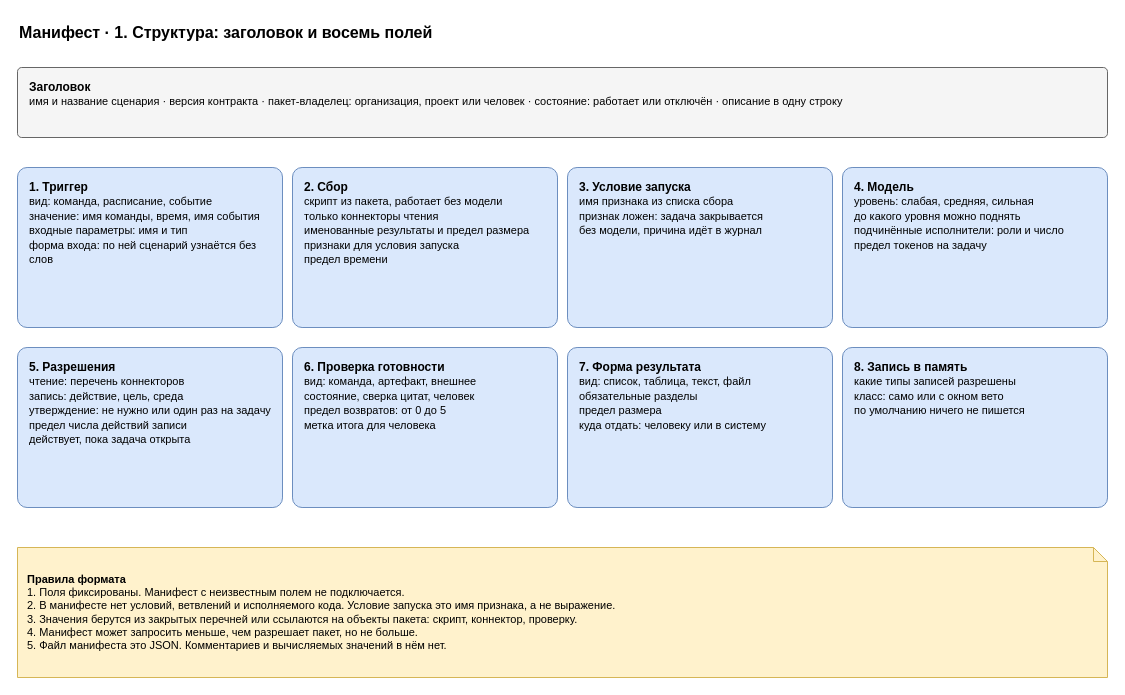
This is page "1. Структура" (1 of 7) of docs/spec/harness-manifest.drawio from roygkov/reins, a draw.io file, before an edit. Source tidied: cells renumbered, new cells numbered last; positions are measured from the earlier drawing's top-left corner, leaving out a move shared by most shapes. Both pictures are drawn from the tidied source at 100%, with x=0, y=0 at pixel (17, 17).
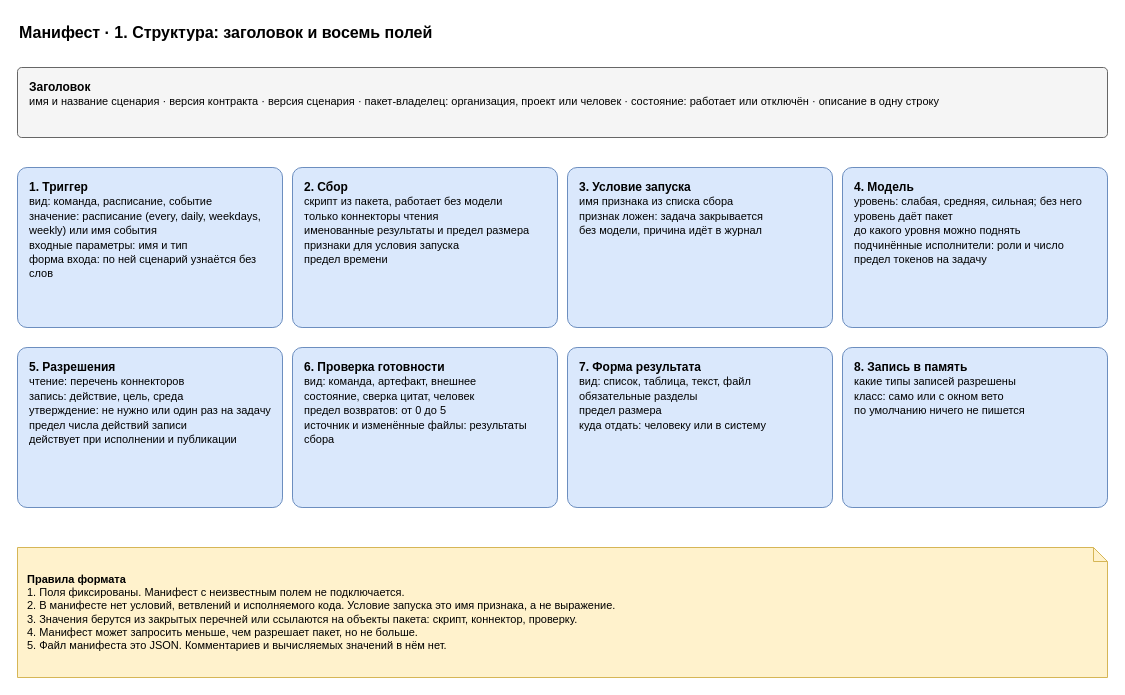
The same page after the edit.

Change to the diagram source:
```diff
@@
 <mxGraphModel>
   <root>
     <mxCell id="0" />
     <mxCell id="1" parent="0" />
     <mxCell id="2" value="Манифест · 1. Структура: заголовок и восемь полей" style="text;html=1;align=left;verticalAlign=middle;whiteSpace=wrap;fontSize=16;strokeColor=none;fillColor=none;fontStyle=1;" parent="1" vertex="1">
       <mxGeometry width="900" height="30" as="geometry" />
     </mxCell>
-    <mxCell id="3" value="&lt;b&gt;Заголовок&lt;/b&gt;&lt;br&gt;&lt;font style=&quot;font-size:11px&quot;&gt;имя и название сценария · версия контракта · пакет-владелец: организация, проект или человек · состояние: работает или отключён · описание в одну строку&lt;/font&gt;" style="rounded=1;whiteSpace=wrap;html=1;fillColor=#f5f5f5;strokeColor=#666666;arcSize=6;align=left;verticalAlign=top;spacingLeft=10;spacingTop=6;spacingRight=6;" parent="1" vertex="1">
+    <mxCell id="3" value="&lt;b&gt;Заголовок&lt;/b&gt;&lt;br&gt;&lt;font style=&quot;font-size:11px&quot;&gt;имя и название сценария · версия контракта · версия сценария · пакет-владелец: организация, проект или человек · состояние: работает или отключён · описание в одну строку&lt;/font&gt;" style="rounded=1;whiteSpace=wrap;html=1;fillColor=#f5f5f5;strokeColor=#666666;arcSize=6;align=left;verticalAlign=top;spacingLeft=10;spacingTop=6;spacingRight=6;" parent="1" vertex="1">
       <mxGeometry y="50" width="1090" height="70" as="geometry" />
     </mxCell>
-    <mxCell id="4" value="&lt;b&gt;1. Триггер&lt;/b&gt;&lt;br&gt;&lt;font style=&quot;font-size:11px&quot;&gt;вид: команда, расписание, событие&lt;br&gt;значение: имя команды, время, имя события&lt;br&gt;входные параметры: имя и тип&lt;br&gt;форма входа: по ней сценарий узнаётся без слов&lt;/font&gt;" style="rounded=1;whiteSpace=wrap;html=1;fillColor=#dae8fc;strokeColor=#6c8ebf;arcSize=6;align=left;verticalAlign=top;spacingLeft=10;spacingTop=6;spacingRight=6;" parent="1" vertex="1">
+    <mxCell id="4" value="&lt;b&gt;1. Триггер&lt;/b&gt;&lt;br&gt;&lt;font style=&quot;font-size:11px&quot;&gt;вид: команда, расписание, событие&lt;br&gt;значение: расписание (every, daily, weekdays, weekly) или имя события&lt;br&gt;входные параметры: имя и тип&lt;br&gt;форма входа: по ней сценарий узнаётся без слов&lt;/font&gt;" style="rounded=1;whiteSpace=wrap;html=1;fillColor=#dae8fc;strokeColor=#6c8ebf;arcSize=6;align=left;verticalAlign=top;spacingLeft=10;spacingTop=6;spacingRight=6;" parent="1" vertex="1">
       <mxGeometry y="150" width="265" height="160" as="geometry" />
     </mxCell>
     <mxCell id="5" value="&lt;b&gt;2. Сбор&lt;/b&gt;&lt;br&gt;&lt;font style=&quot;font-size:11px&quot;&gt;скрипт из пакета, работает без модели&lt;br&gt;только коннекторы чтения&lt;br&gt;именованные результаты и предел размера&lt;br&gt;признаки для условия запуска&lt;br&gt;предел времени&lt;/font&gt;" style="rounded=1;whiteSpace=wrap;html=1;fillColor=#dae8fc;strokeColor=#6c8ebf;arcSize=6;align=left;verticalAlign=top;spacingLeft=10;spacingTop=6;spacingRight=6;" parent="1" vertex="1">
       <mxGeometry x="275" y="150" width="265" height="160" as="geometry" />
     </mxCell>
     <mxCell id="6" value="&lt;b&gt;3. Условие запуска&lt;/b&gt;&lt;br&gt;&lt;font style=&quot;font-size:11px&quot;&gt;имя признака из списка сбора&lt;br&gt;признак ложен: задача закрывается&lt;br&gt;без модели, причина идёт в журнал&lt;/font&gt;" style="rounded=1;whiteSpace=wrap;html=1;fillColor=#dae8fc;strokeColor=#6c8ebf;arcSize=6;align=left;verticalAlign=top;spacingLeft=10;spacingTop=6;spacingRight=6;" parent="1" vertex="1">
       <mxGeometry x="550" y="150" width="265" height="160" as="geometry" />
     </mxCell>
-    <mxCell id="7" value="&lt;b&gt;4. Модель&lt;/b&gt;&lt;br&gt;&lt;font style=&quot;font-size:11px&quot;&gt;уровень: слабая, средняя, сильная&lt;br&gt;до какого уровня можно поднять&lt;br&gt;подчинённые исполнители: роли и число&lt;br&gt;предел токенов на задачу&lt;/font&gt;" style="rounded=1;whiteSpace=wrap;html=1;fillColor=#dae8fc;strokeColor=#6c8ebf;arcSize=6;align=left;verticalAlign=top;spacingLeft=10;spacingTop=6;spacingRight=6;" parent="1" vertex="1">
+    <mxCell id="7" value="&lt;b&gt;4. Модель&lt;/b&gt;&lt;br&gt;&lt;font style=&quot;font-size:11px&quot;&gt;уровень: слабая, средняя, сильная; без него уровень даёт пакет&lt;br&gt;до какого уровня можно поднять&lt;br&gt;подчинённые исполнители: роли и число&lt;br&gt;предел токенов на задачу&lt;/font&gt;" style="rounded=1;whiteSpace=wrap;html=1;fillColor=#dae8fc;strokeColor=#6c8ebf;arcSize=6;align=left;verticalAlign=top;spacingLeft=10;spacingTop=6;spacingRight=6;" parent="1" vertex="1">
       <mxGeometry x="825" y="150" width="265" height="160" as="geometry" />
     </mxCell>
-    <mxCell id="8" value="&lt;b&gt;5. Разрешения&lt;/b&gt;&lt;br&gt;&lt;font style=&quot;font-size:11px&quot;&gt;чтение: перечень коннекторов&lt;br&gt;запись: действие, цель, среда&lt;br&gt;утверждение: не нужно или один раз на задачу&lt;br&gt;предел числа действий записи&lt;br&gt;действует, пока задача открыта&lt;/font&gt;" style="rounded=1;whiteSpace=wrap;html=1;fillColor=#dae8fc;strokeColor=#6c8ebf;arcSize=6;align=left;verticalAlign=top;spacingLeft=10;spacingTop=6;spacingRight=6;" parent="1" vertex="1">
+    <mxCell id="8" value="&lt;b&gt;5. Разрешения&lt;/b&gt;&lt;br&gt;&lt;font style=&quot;font-size:11px&quot;&gt;чтение: перечень коннекторов&lt;br&gt;запись: действие, цель, среда&lt;br&gt;утверждение: не нужно или один раз на задачу&lt;br&gt;предел числа действий записи&lt;br&gt;действует при исполнении и публикации&lt;/font&gt;" style="rounded=1;whiteSpace=wrap;html=1;fillColor=#dae8fc;strokeColor=#6c8ebf;arcSize=6;align=left;verticalAlign=top;spacingLeft=10;spacingTop=6;spacingRight=6;" parent="1" vertex="1">
       <mxGeometry y="330" width="265" height="160" as="geometry" />
     </mxCell>
-    <mxCell id="9" value="&lt;b&gt;6. Проверка готовности&lt;/b&gt;&lt;br&gt;&lt;font style=&quot;font-size:11px&quot;&gt;вид: команда, артефакт, внешнее&lt;br&gt;состояние, сверка цитат, человек&lt;br&gt;предел возвратов: от 0 до 5&lt;br&gt;метка итога для человека&lt;/font&gt;" style="rounded=1;whiteSpace=wrap;html=1;fillColor=#dae8fc;strokeColor=#6c8ebf;arcSize=6;align=left;verticalAlign=top;spacingLeft=10;spacingTop=6;spacingRight=6;" parent="1" vertex="1">
+    <mxCell id="9" value="&lt;b&gt;6. Проверка готовности&lt;/b&gt;&lt;br&gt;&lt;font style=&quot;font-size:11px&quot;&gt;вид: команда, артефакт, внешнее&lt;br&gt;состояние, сверка цитат, человек&lt;br&gt;предел возвратов: от 0 до 5&lt;br&gt;источник и изменённые файлы: результаты сбора&lt;/font&gt;" style="rounded=1;whiteSpace=wrap;html=1;fillColor=#dae8fc;strokeColor=#6c8ebf;arcSize=6;align=left;verticalAlign=top;spacingLeft=10;spacingTop=6;spacingRight=6;" parent="1" vertex="1">
       <mxGeometry x="275" y="330" width="265" height="160" as="geometry" />
     </mxCell>
     <mxCell id="10" value="&lt;b&gt;7. Форма результата&lt;/b&gt;&lt;br&gt;&lt;font style=&quot;font-size:11px&quot;&gt;вид: список, таблица, текст, файл&lt;br&gt;обязательные разделы&lt;br&gt;предел размера&lt;br&gt;куда отдать: человеку или в систему&lt;/font&gt;" style="rounded=1;whiteSpace=wrap;html=1;fillColor=#dae8fc;strokeColor=#6c8ebf;arcSize=6;align=left;verticalAlign=top;spacingLeft=10;spacingTop=6;spacingRight=6;" parent="1" vertex="1">
       <mxGeometry x="550" y="330" width="265" height="160" as="geometry" />
     </mxCell>
     <mxCell id="11" value="&lt;b&gt;8. Запись в память&lt;/b&gt;&lt;br&gt;&lt;font style=&quot;font-size:11px&quot;&gt;какие типы записей разрешены&lt;br&gt;класс: само или с окном вето&lt;br&gt;по умолчанию ничего не пишется&lt;/font&gt;" style="rounded=1;whiteSpace=wrap;html=1;fillColor=#dae8fc;strokeColor=#6c8ebf;arcSize=6;align=left;verticalAlign=top;spacingLeft=10;spacingTop=6;spacingRight=6;" parent="1" vertex="1">
       <mxGeometry x="825" y="330" width="265" height="160" as="geometry" />
     </mxCell>
     <mxCell id="12" value="&lt;b&gt;Правила формата&lt;/b&gt;&lt;br&gt;1. Поля фиксированы. Манифест с неизвестным полем не подключается.&lt;br&gt;2. В манифесте нет условий, ветвлений и исполняемого кода. Условие запуска это имя признака, а не выражение.&lt;br&gt;3. Значения берутся из закрытых перечней или ссылаются на объекты пакета: скрипт, коннектор, проверку.&lt;br&gt;4. Манифест может запросить меньше, чем разрешает пакет, но не больше.&lt;br&gt;5. Файл манифеста это JSON. Комментариев и вычисляемых значений в нём нет." style="shape=note;whiteSpace=wrap;html=1;backgroundOutline=1;size=14;fillColor=#fff2cc;strokeColor=#d6b656;align=left;spacingLeft=8;spacingRight=8;fontSize=11;" parent="1" vertex="1">
       <mxGeometry y="530" width="1090" height="130" as="geometry" />
     </mxCell>
   </root>
 </mxGraphModel>
```
